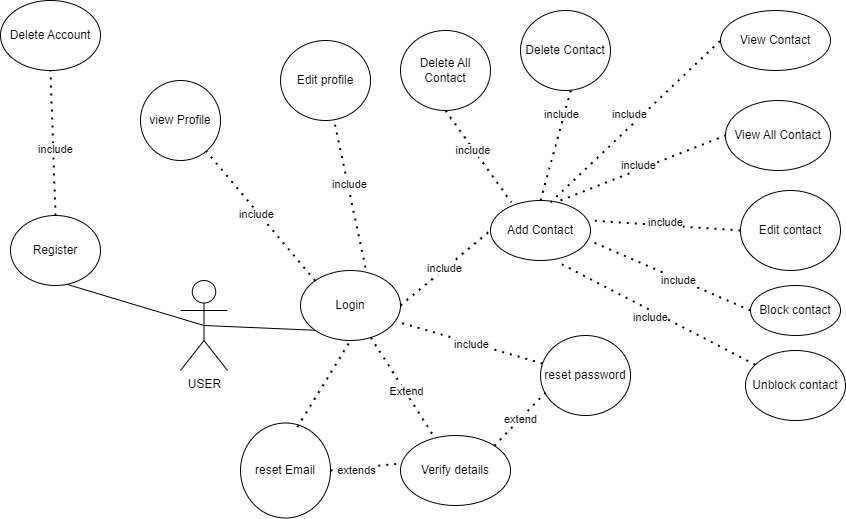
The draw.io diagram ContactAppUseCase.png in OgungbeniOpeoluwa/ContactManagement, before a commit. Source tidied: cells renumbered, new cells last; positions are measured from the earlier drawing's top-left corner, leaving out a move shared by most shapes.
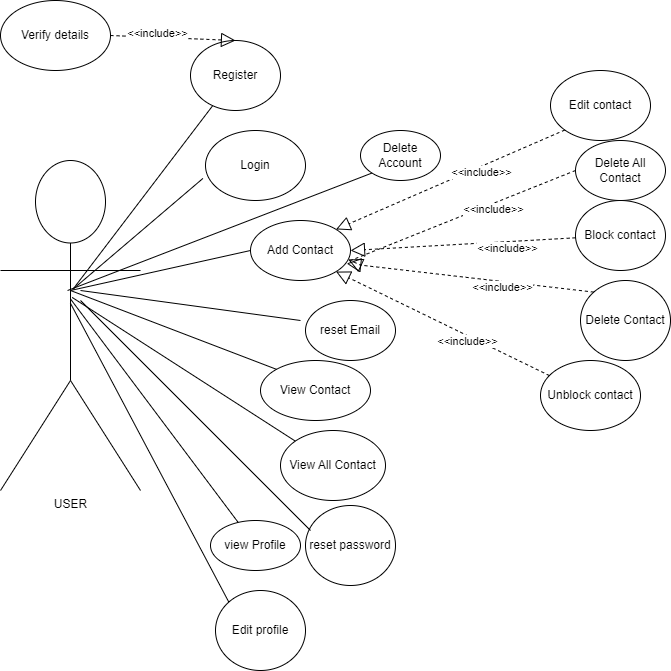
After the change.

Commit message:
Update ReadMe and Also use case diagram

Change to the diagram source:
```diff
@@ -3,155 +3,137 @@
     <mxCell id="0" />
     <mxCell id="1" parent="0" />
     <mxCell id="2" value="USER" style="shape=umlActor;verticalLabelPosition=bottom;verticalAlign=top;html=1;outlineConnect=0;" parent="1" vertex="1">
-      <mxGeometry x="180" y="280" width="47" height="90" as="geometry" />
+      <mxGeometry x="80" y="130" width="140" height="330" as="geometry" />
     </mxCell>
-    <mxCell id="3" style="endArrow=none;html=1;rounded=0;exitX=0.5;exitY=0.5;exitDx=0;exitDy=0;exitPerimeter=0;entryX=0.633;entryY=0.986;entryDx=0;entryDy=0;entryPerimeter=0;" parent="1" edge="1" source="2" target="6">
-      <mxGeometry relative="1" as="geometry" />
-    </mxCell>
-    <mxCell id="4" style="endArrow=none;html=1;rounded=0;exitX=0.5;exitY=0.5;exitDx=0;exitDy=0;exitPerimeter=0;entryX=0;entryY=1;entryDx=0;entryDy=0;" parent="1" edge="1" source="2" target="7">
-      <mxGeometry relative="1" as="geometry" />
-    </mxCell>
     <mxCell id="5" value="Add Contact" style="ellipse;whiteSpace=wrap;html=1;" parent="1" vertex="1">
-      <mxGeometry x="490" y="200" width="100" height="60" as="geometry" />
+      <mxGeometry x="330" y="190" width="100" height="60" as="geometry" />
     </mxCell>
     <mxCell id="6" value="Register" style="ellipse;whiteSpace=wrap;html=1;" parent="1" vertex="1">
-      <mxGeometry x="10" y="215" width="90" height="70" as="geometry" />
+      <mxGeometry x="270" y="10" width="90" height="70" as="geometry" />
     </mxCell>
     <mxCell id="7" value="Login" style="ellipse;whiteSpace=wrap;html=1;" parent="1" vertex="1">
-      <mxGeometry x="300" y="270" width="100" height="70" as="geometry" />
+      <mxGeometry x="285" y="100" width="100" height="70" as="geometry" />
     </mxCell>
     <mxCell id="8" value="View Contact" style="ellipse;whiteSpace=wrap;html=1;" parent="1" vertex="1">
-      <mxGeometry x="720" y="10" width="110" height="60" as="geometry" />
+      <mxGeometry x="340" y="330" width="110" height="60" as="geometry" />
     </mxCell>
     <mxCell id="9" value="View All Contact" style="ellipse;whiteSpace=wrap;html=1;" parent="1" vertex="1">
-      <mxGeometry x="725" y="100" width="105" height="70" as="geometry" />
+      <mxGeometry x="360" y="400" width="105" height="70" as="geometry" />
     </mxCell>
     <mxCell id="10" value="Edit contact" style="ellipse;whiteSpace=wrap;html=1;" parent="1" vertex="1">
-      <mxGeometry x="740" y="190" width="100" height="80" as="geometry" />
+      <mxGeometry x="630" y="40" width="100" height="70" as="geometry" />
     </mxCell>
-    <mxCell id="11" style="endArrow=none;dashed=1;html=1;dashPattern=1 3;strokeWidth=2;rounded=0;entryX=0;entryY=0.5;entryDx=0;entryDy=0;exitX=0.6;exitY=0.033;exitDx=0;exitDy=0;exitPerimeter=0;" parent="1" edge="1" source="5" target="8">
-      <mxGeometry relative="1" as="geometry" />
-    </mxCell>
-    <mxCell id="12" value="include" style="edgeLabel;html=1;align=center;verticalAlign=middle;" parent="11" vertex="1">
-      <mxGeometry y="10" relative="1" as="geometry" />
-    </mxCell>
-    <mxCell id="13" style="endArrow=none;dashed=1;html=1;dashPattern=1 3;strokeWidth=2;rounded=0;entryX=0;entryY=0.5;entryDx=0;entryDy=0;exitX=0.7;exitY=0;exitDx=0;exitDy=0;exitPerimeter=0;" parent="1" edge="1" source="5" target="9">
-      <mxGeometry relative="1" as="geometry" />
-    </mxCell>
-    <mxCell id="14" value="include" style="edgeLabel;html=1;align=center;verticalAlign=middle;" parent="13" vertex="1">
-      <mxGeometry x="-0.04" y="5" relative="1" as="geometry" />
-    </mxCell>
-    <mxCell id="15" style="endArrow=none;dashed=1;html=1;dashPattern=1 3;strokeWidth=2;rounded=0;exitX=1;exitY=0.5;exitDx=0;exitDy=0;entryX=0;entryY=0.5;entryDx=0;entryDy=0;" parent="1" edge="1" source="7" target="5">
-      <mxGeometry relative="1" as="geometry" />
-    </mxCell>
-    <mxCell id="16" value="include" style="edgeLabel;html=1;align=center;verticalAlign=middle;" parent="15" vertex="1">
-      <mxGeometry x="-0.03" y="1" relative="1" as="geometry" />
-    </mxCell>
-    <mxCell id="17" style="endArrow=none;dashed=1;html=1;dashPattern=1 3;strokeWidth=2;rounded=0;exitX=0;exitY=0.5;exitDx=0;exitDy=0;entryX=1;entryY=0.333;entryDx=0;entryDy=0;entryPerimeter=0;" parent="1" edge="1" source="10" target="5">
-      <mxGeometry relative="1" as="geometry" />
-    </mxCell>
-    <mxCell id="18" value="include" style="edgeLabel;html=1;align=center;verticalAlign=middle;" parent="17" vertex="1">
-      <mxGeometry x="0.02" y="-3" relative="1" as="geometry" />
-    </mxCell>
     <mxCell id="19" value="Block contact" style="ellipse;whiteSpace=wrap;html=1;" parent="1" vertex="1">
-      <mxGeometry x="750" y="285" width="90" height="50" as="geometry" />
+      <mxGeometry x="655" y="170" width="90" height="70" as="geometry" />
     </mxCell>
     <mxCell id="20" value="Unblock contact" style="ellipse;whiteSpace=wrap;html=1;" parent="1" vertex="1">
-      <mxGeometry x="745" y="350" width="100" height="70" as="geometry" />
+      <mxGeometry x="620" y="330" width="100" height="70" as="geometry" />
     </mxCell>
     <mxCell id="21" value="Verify details" style="ellipse;whiteSpace=wrap;html=1;" parent="1" vertex="1">
-      <mxGeometry x="400" y="435" width="110" height="70" as="geometry" />
+      <mxGeometry x="80" y="-30" width="110" height="70" as="geometry" />
     </mxCell>
-    <mxCell id="22" style="endArrow=none;dashed=1;html=1;dashPattern=1 3;strokeWidth=2;rounded=0;" parent="1" edge="1" source="7" target="21">
-      <mxGeometry relative="1" as="geometry" />
-    </mxCell>
-    <mxCell id="23" value="Extend" style="edgeLabel;html=1;align=center;verticalAlign=middle;" parent="22" vertex="1">
-      <mxGeometry x="0.08" y="1" relative="1" as="geometry" />
-    </mxCell>
-    <mxCell id="24" style="endArrow=none;dashed=1;html=1;dashPattern=1 3;strokeWidth=2;rounded=0;exitX=0;exitY=0.5;exitDx=0;exitDy=0;entryX=1.01;entryY=0.683;entryDx=0;entryDy=0;entryPerimeter=0;" parent="1" edge="1" source="19" target="5">
-      <mxGeometry relative="1" as="geometry" />
-    </mxCell>
-    <mxCell id="25" value="include" style="edgeLabel;html=1;align=center;verticalAlign=middle;" parent="24" vertex="1">
-      <mxGeometry x="-0.08" y="1" relative="1" as="geometry" />
-    </mxCell>
-    <mxCell id="26" style="endArrow=none;dashed=1;html=1;dashPattern=1 3;strokeWidth=2;rounded=0;entryX=0.66;entryY=1.017;entryDx=0;entryDy=0;entryPerimeter=0;" parent="1" edge="1" source="20" target="5">
-      <mxGeometry relative="1" as="geometry" />
-    </mxCell>
-    <mxCell id="27" value="include" style="edgeLabel;html=1;align=center;verticalAlign=middle;" parent="26" vertex="1">
-      <mxGeometry x="0.03" y="6" relative="1" as="geometry" />
-    </mxCell>
     <mxCell id="28" value="Delete Contact" style="ellipse;whiteSpace=wrap;html=1;" parent="1" vertex="1">
-      <mxGeometry x="520" y="10" width="90" height="80" as="geometry" />
+      <mxGeometry x="660" y="250" width="90" height="80" as="geometry" />
     </mxCell>
-    <mxCell id="29" style="endArrow=none;dashed=1;html=1;dashPattern=1 3;strokeWidth=2;rounded=0;exitX=0.558;exitY=1;exitDx=0;exitDy=0;exitPerimeter=0;" parent="1" edge="1" source="28">
-      <mxGeometry relative="1" as="geometry">
-        <mxPoint x="540" y="200" as="targetPoint" />
-      </mxGeometry>
-    </mxCell>
-    <mxCell id="30" value="include" style="edgeLabel;html=1;align=center;verticalAlign=middle;" parent="29" vertex="1">
-      <mxGeometry x="-0.56" y="-3" relative="1" as="geometry" />
-    </mxCell>
     <mxCell id="31" value="Delete All Contact" style="ellipse;whiteSpace=wrap;html=1;" parent="1" vertex="1">
-      <mxGeometry x="400" y="30" width="90" height="80" as="geometry" />
+      <mxGeometry x="655" y="110" width="90" height="60" as="geometry" />
     </mxCell>
-    <mxCell id="32" style="endArrow=none;dashed=1;html=1;dashPattern=1 3;strokeWidth=2;rounded=0;exitX=0.5;exitY=1;exitDx=0;exitDy=0;entryX=0.21;entryY=0.033;entryDx=0;entryDy=0;entryPerimeter=0;" parent="1" edge="1" source="31" target="5">
-      <mxGeometry relative="1" as="geometry" />
-    </mxCell>
-    <mxCell id="33" value="include&amp;nbsp;" style="edgeLabel;html=1;align=center;verticalAlign=middle;" parent="32" vertex="1">
-      <mxGeometry x="-0.13" relative="1" as="geometry" />
-    </mxCell>
     <mxCell id="34" value="view Profile" style="ellipse;whiteSpace=wrap;html=1;" parent="1" vertex="1">
-      <mxGeometry x="140" y="80" width="80" height="80" as="geometry" />
+      <mxGeometry x="290" y="490" width="90" height="50" as="geometry" />
     </mxCell>
     <mxCell id="35" value="Edit profile" style="ellipse;whiteSpace=wrap;html=1;" parent="1" vertex="1">
-      <mxGeometry x="280" y="40" width="90" height="80" as="geometry" />
+      <mxGeometry x="295" y="560" width="90" height="80" as="geometry" />
     </mxCell>
-    <mxCell id="36" style="endArrow=none;dashed=1;html=1;dashPattern=1 3;strokeWidth=2;rounded=0;exitX=0.65;exitY=-0.043;exitDx=0;exitDy=0;exitPerimeter=0;" parent="1" edge="1" source="7" target="35">
-      <mxGeometry relative="1" as="geometry" />
-    </mxCell>
-    <mxCell id="37" value="include" style="edgeLabel;html=1;align=center;verticalAlign=middle;" parent="36" vertex="1">
-      <mxGeometry x="0.12" y="-1" relative="1" as="geometry" />
-    </mxCell>
-    <mxCell id="38" style="endArrow=none;dashed=1;html=1;dashPattern=1 3;strokeWidth=2;rounded=0;exitX=0;exitY=0;exitDx=0;exitDy=0;" parent="1" edge="1" source="7" target="34">
-      <mxGeometry relative="1" as="geometry" />
-    </mxCell>
-    <mxCell id="39" value="include" style="edgeLabel;html=1;align=center;verticalAlign=middle;" parent="38" vertex="1">
-      <mxGeometry x="0.05" y="2" relative="1" as="geometry" />
-    </mxCell>
     <mxCell id="40" value="reset password" style="ellipse;whiteSpace=wrap;html=1;" parent="1" vertex="1">
-      <mxGeometry x="540" y="335" width="90" height="80" as="geometry" />
+      <mxGeometry x="385" y="475" width="90" height="80" as="geometry" />
     </mxCell>
     <mxCell id="41" value="reset Email" style="ellipse;whiteSpace=wrap;html=1;" parent="1" vertex="1">
-      <mxGeometry x="240" y="422.5" width="90" height="95" as="geometry" />
+      <mxGeometry x="385" y="270" width="90" height="60" as="geometry" />
     </mxCell>
-    <mxCell id="42" style="endArrow=none;dashed=1;html=1;dashPattern=1 3;strokeWidth=2;rounded=0;entryX=0.958;entryY=0.729;entryDx=0;entryDy=0;entryPerimeter=0;" parent="1" edge="1" source="40" target="7">
-      <mxGeometry relative="1" as="geometry" />
-    </mxCell>
-    <mxCell id="43" value="include" style="edgeLabel;html=1;align=center;verticalAlign=middle;" parent="42" vertex="1">
-      <mxGeometry x="-0.03" y="1" relative="1" as="geometry" />
-    </mxCell>
-    <mxCell id="44" style="endArrow=none;dashed=1;html=1;dashPattern=1 3;strokeWidth=2;rounded=0;entryX=0.5;entryY=1;entryDx=0;entryDy=0;exitX=0.633;exitY=0.042;exitDx=0;exitDy=0;exitPerimeter=0;" parent="1" edge="1" source="41" target="7">
-      <mxGeometry relative="1" as="geometry" />
-    </mxCell>
-    <mxCell id="45" value="extend" style="endArrow=none;dashed=1;html=1;dashPattern=1 3;strokeWidth=2;rounded=0;exitX=1;exitY=0;exitDx=0;exitDy=0;entryX=0.056;entryY=0.713;entryDx=0;entryDy=0;entryPerimeter=0;" parent="1" edge="1" source="21" target="40">
-      <mxGeometry relative="1" as="geometry" />
-    </mxCell>
-    <mxCell id="46" style="endArrow=none;dashed=1;html=1;dashPattern=1 3;strokeWidth=2;rounded=0;entryX=-0.018;entryY=0.4;entryDx=0;entryDy=0;entryPerimeter=0;exitX=1;exitY=0.5;exitDx=0;exitDy=0;" parent="1" edge="1" source="41">
-      <mxGeometry relative="1" as="geometry">
-        <mxPoint x="400" y="463" as="targetPoint" />
-      </mxGeometry>
-    </mxCell>
-    <mxCell id="47" value="extends" style="edgeLabel;html=1;align=center;verticalAlign=middle;" parent="46" vertex="1">
-      <mxGeometry x="-0.3" y="-2" relative="1" as="geometry" />
-    </mxCell>
     <mxCell id="48" value="Delete Account" style="ellipse;whiteSpace=wrap;html=1;" parent="1" vertex="1">
-      <mxGeometry width="100" height="70" as="geometry" />
+      <mxGeometry x="440" y="100" width="80" height="50" as="geometry" />
     </mxCell>
-    <mxCell id="49" style="endArrow=none;dashed=1;html=1;dashPattern=1 3;strokeWidth=2;rounded=0;exitX=0.5;exitY=0;exitDx=0;exitDy=0;entryX=0.5;entryY=1;entryDx=0;entryDy=0;" parent="1" edge="1" source="6" target="48">
-      <mxGeometry relative="1" as="geometry" />
-    </mxCell>
-    <mxCell id="50" value="include&lt;br&gt;" style="edgeLabel;html=1;align=center;verticalAlign=middle;" parent="49" vertex="1">
-      <mxGeometry x="-0.09" y="-2" relative="1" as="geometry" />
-    </mxCell>
+    <mxCell id="3" style="endArrow=none;html=1;rounded=0;exitX=0.516;exitY=0.391;exitDx=0;exitDy=0;exitPerimeter=0;" parent="1" edge="1" source="2" target="6">
+      <mxGeometry relative="1" as="geometry" />
+    </mxCell>
+    <mxCell id="4" style="endArrow=none;html=1;rounded=0;exitX=0.523;exitY=0.388;exitDx=0;exitDy=0;exitPerimeter=0;entryX=-0.026;entryY=0.685;entryDx=0;entryDy=0;entryPerimeter=0;" parent="1" edge="1" source="2" target="7">
+      <mxGeometry relative="1" as="geometry" />
+    </mxCell>
+    <mxCell id="51" style="endArrow=none;html=1;rounded=0;exitX=0.479;exitY=0.394;exitDx=0;exitDy=0;exitPerimeter=0;entryX=0;entryY=1;entryDx=0;entryDy=0;" parent="1" edge="1" source="2" target="48">
+      <mxGeometry relative="1" as="geometry" />
+    </mxCell>
+    <mxCell id="52" style="endArrow=none;html=1;rounded=0;entryX=0;entryY=0.5;entryDx=0;entryDy=0;" parent="1" edge="1" target="5">
+      <mxGeometry relative="1" as="geometry">
+        <mxPoint x="150" y="260" as="sourcePoint" />
+      </mxGeometry>
+    </mxCell>
+    <mxCell id="53" style="endArrow=none;html=1;rounded=0;entryX=0;entryY=0;entryDx=0;entryDy=0;" parent="1" edge="1" target="8">
+      <mxGeometry relative="1" as="geometry">
+        <mxPoint x="150" y="260" as="sourcePoint" />
+      </mxGeometry>
+    </mxCell>
+    <mxCell id="54" style="endArrow=none;html=1;rounded=0;exitX=0.512;exitY=0.415;exitDx=0;exitDy=0;exitPerimeter=0;entryX=0;entryY=0;entryDx=0;entryDy=0;" parent="1" edge="1" source="2" target="9">
+      <mxGeometry relative="1" as="geometry" />
+    </mxCell>
+    <mxCell id="55" style="endArrow=none;html=1;rounded=0;exitX=0.499;exitY=0.419;exitDx=0;exitDy=0;exitPerimeter=0;" parent="1" edge="1" source="2" target="34">
+      <mxGeometry relative="1" as="geometry" />
+    </mxCell>
+    <mxCell id="56" style="endArrow=none;html=1;rounded=0;entryX=0;entryY=0;entryDx=0;entryDy=0;exitX=0.499;exitY=0.432;exitDx=0;exitDy=0;exitPerimeter=0;" parent="1" edge="1" source="2" target="35">
+      <mxGeometry relative="1" as="geometry" />
+    </mxCell>
+    <mxCell id="57" style="endArrow=none;html=1;rounded=0;" parent="1" edge="1">
+      <mxGeometry relative="1" as="geometry">
+        <mxPoint x="160" y="270" as="sourcePoint" />
+        <mxPoint x="390" y="500" as="targetPoint" />
+      </mxGeometry>
+    </mxCell>
+    <mxCell id="17" style="endArrow=block;dashed=1;endFill=0;endSize=12;html=1;rounded=0;exitX=0;exitY=1;exitDx=0;exitDy=0;entryX=1;entryY=0;entryDx=0;entryDy=0;" parent="1" edge="1" source="10" target="5">
+      <mxGeometry relative="1" as="geometry" />
+    </mxCell>
+    <mxCell id="58" value="&amp;lt;&amp;lt;include&amp;gt;&amp;gt;" style="edgeLabel;html=1;align=center;verticalAlign=middle;" parent="17" vertex="1">
+      <mxGeometry x="-0.25" y="5" relative="1" as="geometry" />
+    </mxCell>
+    <mxCell id="59" style="endArrow=block;dashed=1;endFill=0;endSize=12;html=1;rounded=0;exitX=0;exitY=0;exitDx=0;exitDy=0;entryX=0.962;entryY=0.717;entryDx=0;entryDy=0;entryPerimeter=0;" parent="1" edge="1" source="28" target="5">
+      <mxGeometry relative="1" as="geometry" />
+    </mxCell>
+    <mxCell id="60" value="&amp;lt;&amp;lt;include&amp;gt;&amp;gt;" style="edgeLabel;html=1;align=center;verticalAlign=middle;" parent="59" vertex="1">
+      <mxGeometry x="-0.25" y="5" relative="1" as="geometry" />
+    </mxCell>
+    <mxCell id="32" style="endArrow=block;dashed=1;endFill=0;endSize=12;html=1;rounded=0;exitX=0;exitY=0.5;exitDx=0;exitDy=0;" parent="1" edge="1" source="31" target="5">
+      <mxGeometry relative="1" as="geometry">
+        <Array as="points">
+          <mxPoint x="430" y="230" />
+        </Array>
+      </mxGeometry>
+    </mxCell>
+    <mxCell id="61" value="&amp;lt;&amp;lt;include&amp;gt;&amp;gt;" style="edgeLabel;html=1;align=center;verticalAlign=middle;" parent="32" vertex="1">
+      <mxGeometry x="-0.25" y="5" relative="1" as="geometry" />
+    </mxCell>
+    <mxCell id="24" style="endArrow=block;dashed=1;endFill=0;endSize=12;html=1;rounded=0;entryX=1;entryY=0.5;entryDx=0;entryDy=0;" parent="1" edge="1" source="19" target="5">
+      <mxGeometry relative="1" as="geometry" />
+    </mxCell>
+    <mxCell id="62" value="&amp;lt;&amp;lt;include&amp;gt;&amp;gt;" style="edgeLabel;html=1;align=center;verticalAlign=middle;" parent="24" vertex="1">
+      <mxGeometry x="-0.25" y="5" relative="1" as="geometry">
+        <mxPoint x="15" as="offset" />
+      </mxGeometry>
+    </mxCell>
+    <mxCell id="63" style="endArrow=none;html=1;rounded=0;" parent="1" edge="1">
+      <mxGeometry relative="1" as="geometry">
+        <mxPoint x="160" y="260" as="sourcePoint" />
+        <mxPoint x="380" y="290" as="targetPoint" />
+      </mxGeometry>
+    </mxCell>
+    <mxCell id="26" style="endArrow=block;dashed=1;endFill=0;endSize=12;html=1;rounded=0;entryX=1;entryY=1;entryDx=0;entryDy=0;" parent="1" edge="1" source="20" target="5">
+      <mxGeometry relative="1" as="geometry" />
+    </mxCell>
+    <mxCell id="64" value="&amp;lt;&amp;lt;include&amp;gt;&amp;gt;" style="edgeLabel;html=1;align=center;verticalAlign=middle;" parent="26" vertex="1">
+      <mxGeometry x="-0.25" y="5" relative="1" as="geometry" />
+    </mxCell>
+    <mxCell id="65" style="endArrow=block;dashed=1;endFill=0;endSize=12;html=1;rounded=0;exitX=1;exitY=0.5;exitDx=0;exitDy=0;entryX=0.5;entryY=0;entryDx=0;entryDy=0;" parent="1" edge="1" source="21" target="6">
+      <mxGeometry relative="1" as="geometry" />
+    </mxCell>
+    <mxCell id="66" value="&amp;lt;&amp;lt;include&amp;gt;&amp;gt;" style="edgeLabel;html=1;align=center;verticalAlign=middle;" parent="65" vertex="1">
+      <mxGeometry x="-0.25" y="5" relative="1" as="geometry" />
+    </mxCell>
   </root>
 </mxGraphModel>
```
